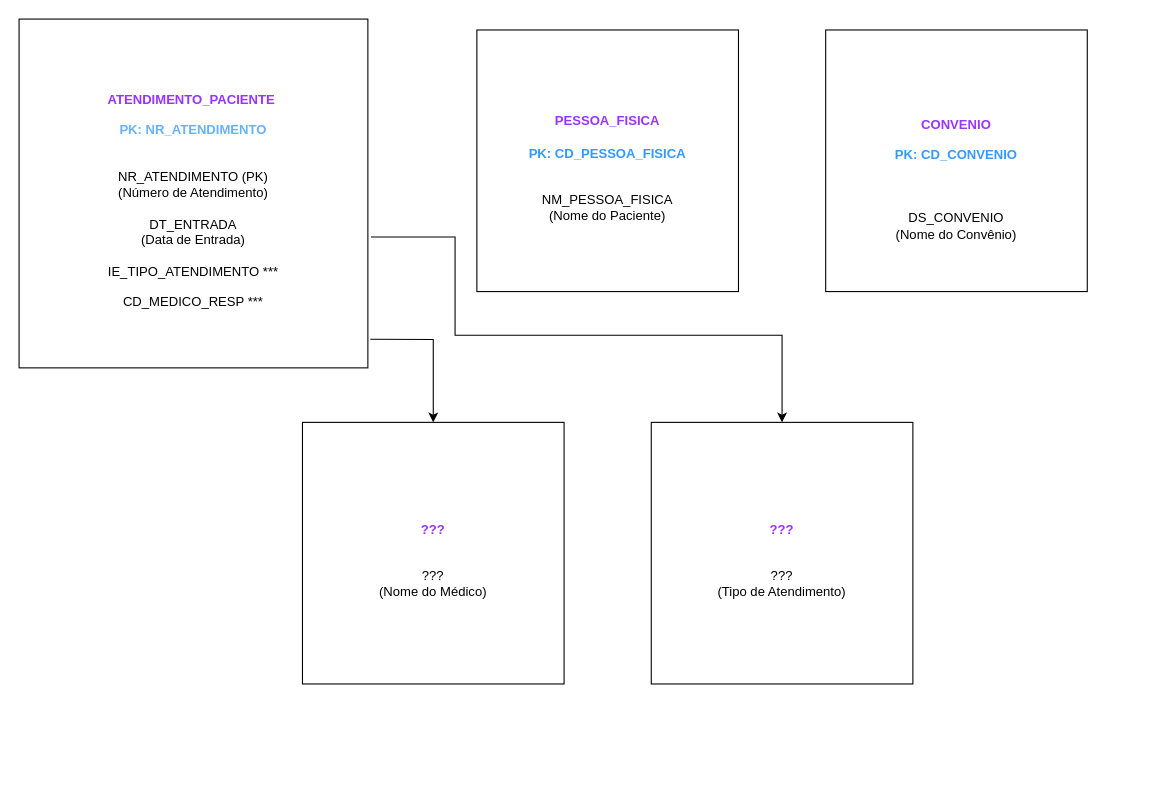
Before: Exercício_09.drawio in PatriciaGavloski/diagramas.sql, a draw.io diagram. Source tidied: cells renumbered, new cells numbered last; positions are measured from the earlier drawing's top-left corner, leaving out a move shared by most shapes. Both pictures are drawn from the tidied source at 109%, with x=0, y=0 at pixel (19, 19).
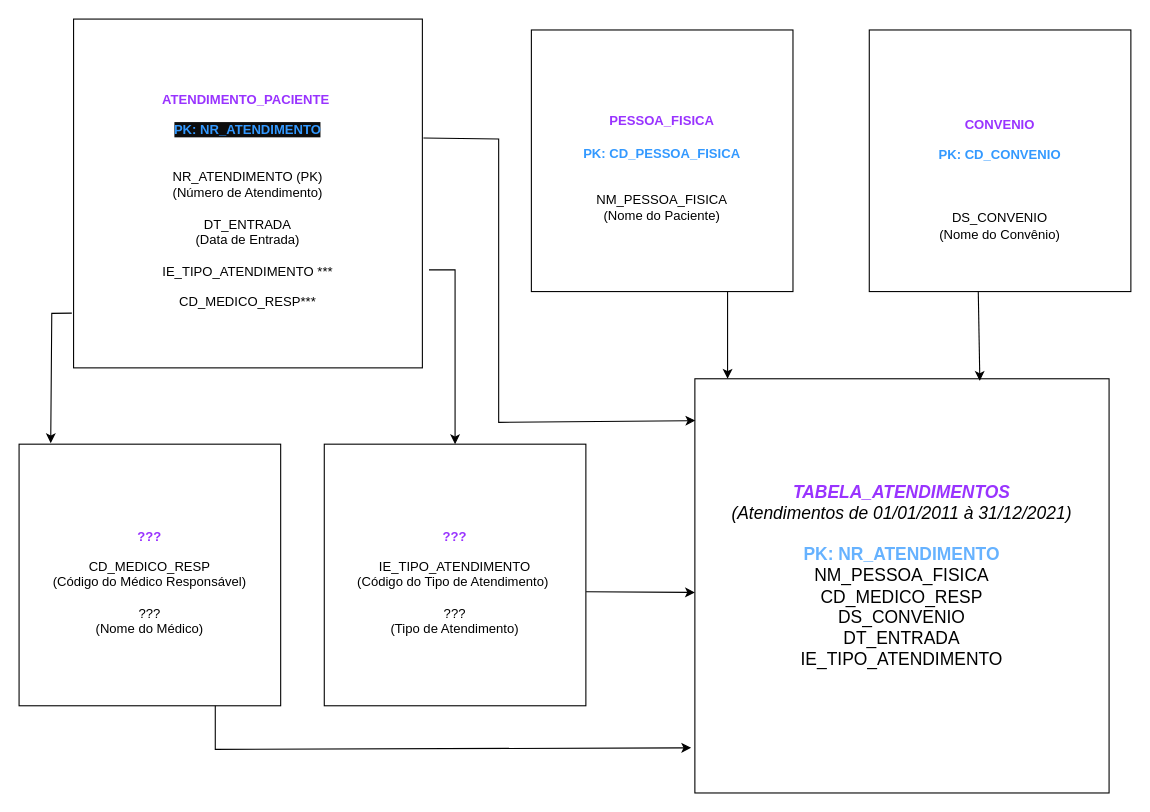
After the change.

Change to the diagram source:
```diff
@@
-    <mxCell id="2" value="&lt;p style=&quot;line-height: 150%;&quot; class=&quot;MsoNoSpacing&quot;&gt;&lt;b&gt;&lt;font color=&quot;#9933ff&quot;&gt;ATENDIMENTO_PACIENTE&lt;/font&gt;&lt;/b&gt;&lt;span style=&quot;background-color: initial;&quot;&gt;&amp;nbsp;&lt;/span&gt;&lt;/p&gt;&lt;span style=&quot;background-color: rgb(255, 255, 255);&quot;&gt;&lt;font color=&quot;#66b2ff&quot;&gt;&lt;b&gt;PK: NR_ATENDIMENTO&lt;/b&gt;&lt;/font&gt;&lt;/span&gt;&lt;div style=&quot;&quot;&gt;&lt;span style=&quot;background-color: initial;&quot;&gt;&lt;br&gt;&lt;/span&gt;&lt;/div&gt;&lt;div style=&quot;background-color: initial;&quot;&gt;&lt;span style=&quot;background-color: initial;&quot;&gt;&lt;br&gt;&lt;/span&gt;&lt;/div&gt;&lt;div style=&quot;background-color: initial;&quot;&gt;&lt;span style=&quot;background-color: initial;&quot;&gt;NR_ATENDIMENTO (PK)&lt;/span&gt;&lt;/div&gt;&lt;div style=&quot;background-color: initial;&quot;&gt;&lt;span style=&quot;background-color: initial;&quot;&gt;(Número de Atendimento)&lt;/span&gt;&lt;/div&gt;&lt;div style=&quot;background-color: initial;&quot;&gt;&lt;span style=&quot;background-color: initial;&quot;&gt;&lt;br&gt;&lt;/span&gt;&lt;/div&gt;&lt;div style=&quot;background-color: initial;&quot;&gt;DT_ENTRADA&lt;span style=&quot;background-color: initial;&quot;&gt;&lt;br&gt;&lt;/span&gt;&lt;/div&gt;&lt;div style=&quot;background-color: initial;&quot;&gt;(Data de Entrada)&lt;/div&gt;&lt;div style=&quot;background-color: initial;&quot;&gt;&lt;br&gt;&lt;/div&gt;&lt;div style=&quot;background-color: initial;&quot;&gt;IE_TIPO_ATENDIMENTO ***&lt;br&gt;&lt;br&gt;CD_MEDICO_RESP ***&lt;br&gt;&lt;/div&gt;" style="whiteSpace=wrap;html=1;align=center;verticalAlign=middle;" parent="1" vertex="1">
-      <mxGeometry width="320" height="320" as="geometry" />
+    <mxCell id="2" value="&lt;p style=&quot;line-height: 150%;&quot; class=&quot;MsoNoSpacing&quot;&gt;&lt;b&gt;&lt;font color=&quot;#9933ff&quot;&gt;ATENDIMENTO_PACIENTE&lt;/font&gt;&lt;/b&gt;&lt;span style=&quot;background-color: initial;&quot;&gt;&amp;nbsp;&lt;/span&gt;&lt;/p&gt;&lt;b style=&quot;background-color: rgb(13, 13, 13);&quot;&gt;&lt;font color=&quot;#3399ff&quot;&gt;PK: NR_ATENDIMENTO&lt;/font&gt;&lt;/b&gt;&lt;div style=&quot;&quot;&gt;&lt;span style=&quot;background-color: initial;&quot;&gt;&lt;br&gt;&lt;/span&gt;&lt;/div&gt;&lt;div style=&quot;background-color: initial;&quot;&gt;&lt;span style=&quot;background-color: initial;&quot;&gt;&lt;br&gt;&lt;/span&gt;&lt;/div&gt;&lt;div style=&quot;background-color: initial;&quot;&gt;&lt;span style=&quot;background-color: initial;&quot;&gt;NR_ATENDIMENTO (PK)&lt;/span&gt;&lt;/div&gt;&lt;div style=&quot;background-color: initial;&quot;&gt;&lt;span style=&quot;background-color: initial;&quot;&gt;(Número de Atendimento)&lt;/span&gt;&lt;/div&gt;&lt;div style=&quot;background-color: initial;&quot;&gt;&lt;span style=&quot;background-color: initial;&quot;&gt;&lt;br&gt;&lt;/span&gt;&lt;/div&gt;&lt;div style=&quot;background-color: initial;&quot;&gt;DT_ENTRADA&lt;span style=&quot;background-color: initial;&quot;&gt;&lt;br&gt;&lt;/span&gt;&lt;/div&gt;&lt;div style=&quot;background-color: initial;&quot;&gt;(Data de Entrada)&lt;/div&gt;&lt;div style=&quot;background-color: initial;&quot;&gt;&lt;br&gt;&lt;/div&gt;&lt;div style=&quot;background-color: initial;&quot;&gt;IE_TIPO_ATENDIMENTO ***&lt;br&gt;&lt;br&gt;CD_MEDICO_RESP***&lt;br&gt;&lt;/div&gt;" style="whiteSpace=wrap;html=1;align=center;verticalAlign=middle;" parent="1" vertex="1">
+      <mxGeometry x="50" width="320" height="320" as="geometry" />
     </mxCell>
     <mxCell id="3" value="&lt;p style=&quot;line-height: 150%;&quot; class=&quot;MsoNoSpacing&quot;&gt;&lt;b&gt;&lt;font color=&quot;#9933ff&quot;&gt;PESSOA_FISICA&lt;/font&gt;&lt;/b&gt;&lt;/p&gt;&lt;p style=&quot;line-height: 150%;&quot; class=&quot;MsoNoSpacing&quot;&gt;&lt;b style=&quot;&quot;&gt;&lt;font color=&quot;#3399ff&quot;&gt;PK: CD_PESSOA_FISICA&lt;/font&gt;&lt;/b&gt;&lt;/p&gt;&lt;span style=&quot;background-color: initial;&quot;&gt;&lt;div style=&quot;&quot;&gt;&lt;span style=&quot;background-color: initial;&quot;&gt;&lt;br&gt;&lt;/span&gt;&lt;/div&gt;&lt;div style=&quot;&quot;&gt;&lt;span style=&quot;background-color: initial;&quot;&gt;NM_PESSOA_FISICA&lt;/span&gt;&lt;/div&gt;&lt;div style=&quot;&quot;&gt;&lt;span style=&quot;background-color: initial;&quot;&gt;(Nome do Paciente)&lt;/span&gt;&lt;/div&gt;&lt;/span&gt;" style="whiteSpace=wrap;html=1;verticalAlign=middle;align=center;" parent="1" vertex="1">
-      <mxGeometry x="420" y="10" width="240" height="240" as="geometry" />
+      <mxGeometry x="470" y="10" width="240" height="240" as="geometry" />
     </mxCell>
     <mxCell id="4" value="&lt;p style=&quot;line-height: 150%;&quot; class=&quot;MsoNoSpacing&quot;&gt;&lt;br&gt;&lt;br&gt;&lt;/p&gt;&lt;div style=&quot;&quot;&gt;&lt;b style=&quot;background-color: initial;&quot;&gt;&lt;font color=&quot;#9933ff&quot;&gt;CONVENIO&lt;/font&gt;&lt;/b&gt;&lt;/div&gt;&lt;p&gt;&lt;/p&gt;&lt;span style=&quot;background-color: initial;&quot;&gt;&lt;div style=&quot;&quot;&gt;&lt;p style=&quot;line-height: 150%;&quot; class=&quot;MsoNoSpacing&quot;&gt;&lt;b style=&quot;border-color: var(--border-color);&quot;&gt;&lt;font style=&quot;border-color: var(--border-color);&quot; color=&quot;#3399ff&quot;&gt;PK: CD_CONVENIO&lt;/font&gt;&lt;/b&gt;&lt;span style=&quot;background-color: initial;&quot;&gt;&lt;br&gt;&lt;/span&gt;&lt;/p&gt;&lt;p style=&quot;line-height: 150%;&quot; class=&quot;MsoNoSpacing&quot;&gt;&lt;b style=&quot;border-color: var(--border-color);&quot;&gt;&lt;font style=&quot;border-color: var(--border-color);&quot; color=&quot;#3399ff&quot;&gt;&lt;br&gt;&lt;/font&gt;&lt;/b&gt;&lt;/p&gt;&lt;p style=&quot;line-height: 150%;&quot; class=&quot;MsoNoSpacing&quot;&gt;&lt;/p&gt;&lt;div style=&quot;&quot;&gt;&lt;span style=&quot;background-color: initial;&quot;&gt;DS_CONVENIO&lt;/span&gt;&lt;/div&gt;&lt;div style=&quot;&quot;&gt;&lt;span style=&quot;background-color: initial;&quot;&gt;(Nome do Convênio)&lt;/span&gt;&lt;/div&gt;&lt;p&gt;&lt;/p&gt;&lt;p style=&quot;line-height: 150%;&quot; class=&quot;MsoNoSpacing&quot;&gt;&lt;/p&gt;&lt;/div&gt;&lt;div style=&quot;&quot;&gt;&lt;br&gt;&lt;/div&gt;&lt;/span&gt;" style="whiteSpace=wrap;html=1;align=center;verticalAlign=middle;" parent="1" vertex="1">
-      <mxGeometry x="740" y="10" width="240" height="240" as="geometry" />
+      <mxGeometry x="780" y="10" width="240" height="240" as="geometry" />
     </mxCell>
-    <mxCell id="5" value="&lt;p style=&quot;line-height: 150%;&quot; class=&quot;MsoNoSpacing&quot;&gt;&lt;b&gt;&lt;font color=&quot;#9933ff&quot;&gt;???&lt;/font&gt;&lt;/b&gt;&lt;/p&gt;&lt;span style=&quot;background-color: initial;&quot;&gt;&lt;div style=&quot;&quot;&gt;&lt;br&gt;&lt;/div&gt;&lt;div style=&quot;&quot;&gt;&lt;span style=&quot;background-color: initial;&quot;&gt;???&lt;/span&gt;&lt;/div&gt;&lt;div style=&quot;&quot;&gt;(Nome do Médico)&lt;/div&gt;&lt;/span&gt;" style="whiteSpace=wrap;html=1;align=center;verticalAlign=middle;" parent="1" vertex="1">
-      <mxGeometry x="260" y="370" width="240" height="240" as="geometry" />
+    <mxCell id="5" value="&lt;p style=&quot;line-height: 150%;&quot; class=&quot;MsoNoSpacing&quot;&gt;&lt;b&gt;&lt;font color=&quot;#9933ff&quot;&gt;???&lt;/font&gt;&lt;/b&gt;&lt;/p&gt;&lt;span style=&quot;background-color: initial;&quot;&gt;&lt;div style=&quot;&quot;&gt;CD_MEDICO_RESP&lt;br&gt;&lt;/div&gt;&lt;div style=&quot;&quot;&gt;(Código do Médico Responsável)&lt;/div&gt;&lt;div style=&quot;&quot;&gt;&lt;br&gt;&lt;/div&gt;&lt;div style=&quot;&quot;&gt;&lt;span style=&quot;background-color: initial;&quot;&gt;???&lt;/span&gt;&lt;/div&gt;&lt;div style=&quot;&quot;&gt;(Nome do Médico)&lt;/div&gt;&lt;/span&gt;" style="whiteSpace=wrap;html=1;align=center;verticalAlign=middle;" parent="1" vertex="1">
+      <mxGeometry y="390" width="240" height="240" as="geometry" />
     </mxCell>
-    <mxCell id="6" value="&lt;p style=&quot;line-height: 150%;&quot; class=&quot;MsoNoSpacing&quot;&gt;&lt;b&gt;&lt;font color=&quot;#9933ff&quot;&gt;???&lt;/font&gt;&lt;/b&gt;&lt;/p&gt;&lt;span style=&quot;background-color: initial;&quot;&gt;&lt;div style=&quot;&quot;&gt;&lt;br&gt;&lt;/div&gt;&lt;div style=&quot;&quot;&gt;&lt;span style=&quot;background-color: initial;&quot;&gt;???&lt;/span&gt;&lt;/div&gt;&lt;div style=&quot;&quot;&gt;(Tipo de Atendimento)&lt;/div&gt;&lt;/span&gt;" style="whiteSpace=wrap;html=1;align=center;verticalAlign=middle;" parent="1" vertex="1">
-      <mxGeometry x="580" y="370" width="240" height="240" as="geometry" />
+    <mxCell id="6" value="&lt;p style=&quot;line-height: 150%;&quot; class=&quot;MsoNoSpacing&quot;&gt;&lt;b&gt;&lt;font color=&quot;#9933ff&quot;&gt;???&lt;/font&gt;&lt;/b&gt;&lt;/p&gt;&lt;span style=&quot;background-color: initial;&quot;&gt;&lt;div style=&quot;&quot;&gt;IE_TIPO_ATENDIMENTO&lt;/div&gt;&lt;div style=&quot;&quot;&gt;(Código do Tipo de Atendimento)&amp;nbsp;&lt;br&gt;&lt;/div&gt;&lt;div style=&quot;&quot;&gt;&lt;br&gt;&lt;/div&gt;&lt;div style=&quot;&quot;&gt;&lt;span style=&quot;background-color: initial;&quot;&gt;???&lt;/span&gt;&lt;/div&gt;&lt;div style=&quot;&quot;&gt;(Tipo de Atendimento)&lt;/div&gt;&lt;/span&gt;" style="whiteSpace=wrap;html=1;align=center;verticalAlign=middle;" parent="1" vertex="1">
+      <mxGeometry x="280" y="390" width="240" height="240" as="geometry" />
     </mxCell>
+    <mxCell id="8" style="endArrow=classic;html=1;rounded=0;entryX=0.5;entryY=0;entryDx=0;entryDy=0;exitX=1.019;exitY=0.719;exitDx=0;exitDy=0;exitPerimeter=0;" parent="1" edge="1" source="2" target="6">
+      <mxGeometry relative="1" as="geometry">
+        <Array as="points">
+          <mxPoint x="400" y="230" />
+          <mxPoint x="400" y="290" />
+        </Array>
+      </mxGeometry>
+    </mxCell>
-    <mxCell id="7" style="endArrow=classic;html=1;rounded=0;entryX=0.5;entryY=0;entryDx=0;entryDy=0;entryPerimeter=0;exitX=1.007;exitY=0.918;exitDx=0;exitDy=0;exitPerimeter=0;" parent="1" edge="1" source="2" target="5">
+    <mxCell id="7" style="endArrow=classic;html=1;rounded=0;exitX=-0.005;exitY=0.843;exitDx=0;exitDy=0;exitPerimeter=0;entryX=0.121;entryY=-0.004;entryDx=0;entryDy=0;entryPerimeter=0;" parent="1" edge="1" source="2" target="5">
       <mxGeometry relative="1" as="geometry">
         <Array as="points">
-          <mxPoint x="380" y="294" />
+          <mxPoint x="30" y="270" />
         </Array>
       </mxGeometry>
     </mxCell>
-    <mxCell id="8" style="endArrow=classic;html=1;rounded=0;entryX=0.5;entryY=0;entryDx=0;entryDy=0;exitX=1.009;exitY=0.625;exitDx=0;exitDy=0;exitPerimeter=0;" parent="1" edge="1" source="2" target="6">
-      <mxGeometry relative="1" as="geometry">
-        <Array as="points">
-          <mxPoint x="400" y="200" />
-          <mxPoint x="400" y="290" />
-          <mxPoint x="700" y="290" />
-        </Array>
-      </mxGeometry>
-    </mxCell>
+    <mxCell id="9" value="&lt;i style=&quot;font-size: 16px;&quot;&gt;&lt;font color=&quot;#9933ff&quot; style=&quot;font-size: 16px;&quot;&gt;&lt;b style=&quot;font-size: 16px;&quot;&gt;&lt;font style=&quot;font-size: 16px;&quot;&gt;TABELA_ATENDIMENTOS&lt;/font&gt;&lt;/b&gt;&lt;br style=&quot;font-size: 16px;&quot;&gt;&lt;/font&gt;(Atendimentos de 01/01/2011 à 31/12/2021)&lt;br style=&quot;font-size: 16px;&quot;&gt;&amp;nbsp;&lt;br style=&quot;font-size: 16px;&quot;&gt;&lt;/i&gt;&lt;font style=&quot;border-color: var(--border-color); font-size: 16px;&quot;&gt;&lt;span style=&quot;border-color: var(--border-color); font-size: 16px;&quot;&gt;&lt;font style=&quot;font-weight: bold; font-size: 16px;&quot; color=&quot;#66b2ff&quot;&gt;PK: NR_ATENDIMENTO&lt;/font&gt;&lt;br style=&quot;font-size: 16px;&quot;&gt;NM_PESSOA_FISICA&lt;br style=&quot;font-size: 16px;&quot;&gt;CD_MEDICO_RESP&lt;br style=&quot;font-size: 16px;&quot;&gt;DS_CONVENIO&lt;br style=&quot;font-size: 16px;&quot;&gt;DT_ENTRADA&lt;br style=&quot;font-size: 16px;&quot;&gt;IE_TIPO_ATENDIMENTO&lt;br style=&quot;font-size: 16px;&quot;&gt;&lt;/span&gt;&lt;/font&gt;&lt;i style=&quot;font-size: 16px;&quot;&gt;&lt;br style=&quot;font-size: 16px;&quot;&gt;&lt;/i&gt;" style="whiteSpace=wrap;html=1;labelBackgroundColor=none;fontSize=16;" parent="1" vertex="1">
+      <mxGeometry x="620" y="330" width="380" height="380" as="geometry" />
+    </mxCell>
+    <mxCell id="10" style="endArrow=classic;html=1;rounded=0;entryX=0.001;entryY=0.101;entryDx=0;entryDy=0;entryPerimeter=0;exitX=1.003;exitY=0.341;exitDx=0;exitDy=0;exitPerimeter=0;" parent="1" edge="1" source="2" target="9">
+      <mxGeometry relative="1" as="geometry">
+        <Array as="points">
+          <mxPoint x="440" y="110" />
+          <mxPoint x="440" y="370" />
+        </Array>
+      </mxGeometry>
+    </mxCell>
+    <mxCell id="11" style="endArrow=classic;html=1;rounded=0;exitX=0.75;exitY=1;exitDx=0;exitDy=0;" parent="1" edge="1" source="3">
+      <mxGeometry relative="1" as="geometry">
+        <mxPoint x="650" y="330" as="targetPoint" />
+      </mxGeometry>
+    </mxCell>
+    <mxCell id="12" style="endArrow=classic;html=1;rounded=0;entryX=0.688;entryY=0.005;entryDx=0;entryDy=0;entryPerimeter=0;exitX=0.75;exitY=1;exitDx=0;exitDy=0;" parent="1" edge="1" target="9">
+      <mxGeometry relative="1" as="geometry">
+        <mxPoint x="880" y="250" as="sourcePoint" />
+      </mxGeometry>
+    </mxCell>
+    <mxCell id="13" style="endArrow=classic;html=1;rounded=0;exitX=1.001;exitY=0.564;exitDx=0;exitDy=0;exitPerimeter=0;" parent="1" edge="1" source="6">
+      <mxGeometry relative="1" as="geometry">
+        <mxPoint x="620" y="526" as="targetPoint" />
+      </mxGeometry>
+    </mxCell>
+    <mxCell id="14" style="endArrow=classic;html=1;rounded=0;entryX=-0.009;entryY=0.891;entryDx=0;entryDy=0;entryPerimeter=0;exitX=0.75;exitY=1;exitDx=0;exitDy=0;" parent="1" edge="1" source="5" target="9">
+      <mxGeometry relative="1" as="geometry">
+        <Array as="points">
+          <mxPoint x="180" y="670" />
+        </Array>
+      </mxGeometry>
+    </mxCell>
```
